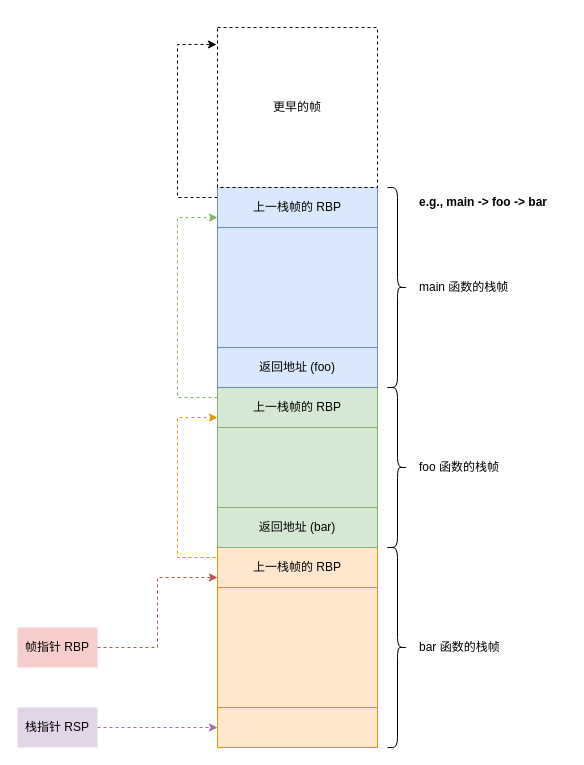
Above: frame_pointer.drawio in ZiqingYip/moment (draw.io), before the change. Source tidied: cells renumbered, new cells numbered last; positions are measured from the earlier drawing's top-left corner, leaving out a move shared by most shapes. Both pictures are drawn from the tidied source at 100%, with x=0, y=0 at pixel (17, 27).
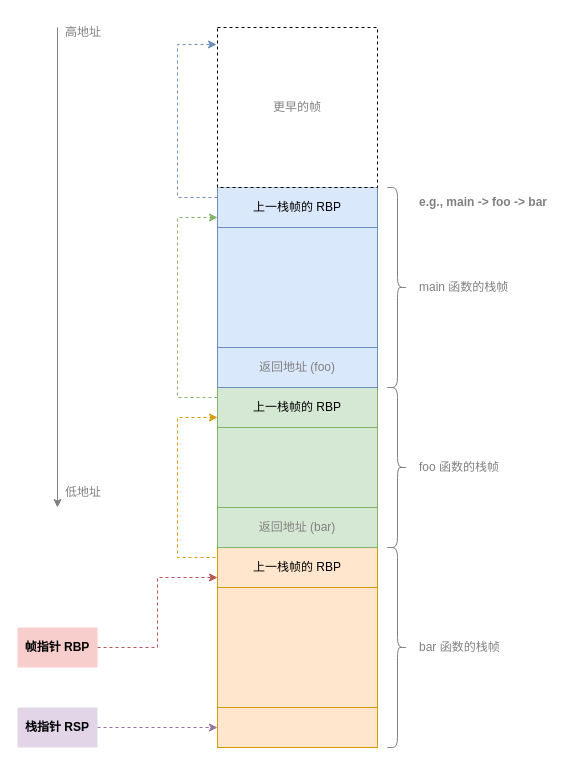
The same diagram, later.

The change refers to these unchanged cells:
```xml
<mxCell id="6" value="上一栈帧的 RBP" style="rounded=0;whiteSpace=wrap;html=1;fillColor=#dae8fc;strokeColor=#6c8ebf;" parent="1" vertex="1">
  <mxGeometry x="200" y="160" width="160" height="40" as="geometry" />
</mxCell>
```

The edit, as a diff of the source:
```diff
@@
-    <mxCell id="5" style="edgeStyle=orthogonalEdgeStyle;rounded=0;jettySize=auto;html=1;exitX=0;exitY=0.25;exitDx=0;exitDy=0;entryX=-0.006;entryY=0.106;entryDx=0;entryDy=0;entryPerimeter=0;dashed=1;" parent="1" edge="1" source="6" target="24">
+    <mxCell id="5" style="edgeStyle=orthogonalEdgeStyle;rounded=0;jettySize=auto;html=1;exitX=0;exitY=0.25;exitDx=0;exitDy=0;entryX=-0.006;entryY=0.106;entryDx=0;entryDy=0;entryPerimeter=0;dashed=1;fillColor=#dae8fc;strokeColor=#6c8ebf;" parent="1" edge="1" source="6" target="24">
       <mxGeometry relative="1" as="geometry">
         <Array as="points">
           <mxPoint x="160" y="170" />
           <mxPoint x="160" y="17" />
         </Array>
       </mxGeometry>
     </mxCell>
@@
-    <mxCell id="11" value="返回地址 (bar)" style="rounded=0;whiteSpace=wrap;html=1;fillColor=#d5e8d4;strokeColor=#82b366;" parent="1" vertex="1">
+    <mxCell id="11" value="&lt;font color=&quot;#808080&quot;&gt;返回地址 (bar)&lt;/font&gt;" style="rounded=0;whiteSpace=wrap;html=1;fillColor=#d5e8d4;strokeColor=#82b366;" parent="1" vertex="1">
       <mxGeometry x="200" y="480" width="160" height="40" as="geometry" />
     </mxCell>
-    <mxCell id="12" value="返回地址 (foo)" style="rounded=0;whiteSpace=wrap;html=1;fillColor=#dae8fc;strokeColor=#6c8ebf;" parent="1" vertex="1">
+    <mxCell id="12" value="&lt;font color=&quot;#808080&quot;&gt;返回地址 (foo)&lt;/font&gt;" style="rounded=0;whiteSpace=wrap;html=1;fillColor=#dae8fc;strokeColor=#6c8ebf;" parent="1" vertex="1">
       <mxGeometry x="200" y="320" width="160" height="40" as="geometry" />
     </mxCell>
-    <mxCell id="13" style="shape=curlyBracket;whiteSpace=wrap;html=1;rounded=1;flipH=1;labelPosition=right;verticalLabelPosition=middle;align=left;verticalAlign=middle;" parent="1" vertex="1">
+    <mxCell id="13" style="shape=curlyBracket;whiteSpace=wrap;html=1;rounded=1;flipH=1;labelPosition=right;verticalLabelPosition=middle;align=left;verticalAlign=middle;strokeColor=#808080;" parent="1" vertex="1">
       <mxGeometry x="370" y="160" width="20" height="200" as="geometry" />
     </mxCell>
-    <mxCell id="14" style="shape=curlyBracket;whiteSpace=wrap;html=1;rounded=1;flipH=1;labelPosition=right;verticalLabelPosition=middle;align=left;verticalAlign=middle;" parent="1" vertex="1">
+    <mxCell id="14" style="shape=curlyBracket;whiteSpace=wrap;html=1;rounded=1;flipH=1;labelPosition=right;verticalLabelPosition=middle;align=left;verticalAlign=middle;strokeColor=#808080;" parent="1" vertex="1">
       <mxGeometry x="370" y="360" width="20" height="160" as="geometry" />
     </mxCell>
-    <mxCell id="15" style="shape=curlyBracket;whiteSpace=wrap;html=1;rounded=1;flipH=1;labelPosition=right;verticalLabelPosition=middle;align=left;verticalAlign=middle;" parent="1" vertex="1">
+    <mxCell id="15" style="shape=curlyBracket;whiteSpace=wrap;html=1;rounded=1;flipH=1;labelPosition=right;verticalLabelPosition=middle;align=left;verticalAlign=middle;strokeColor=#808080;" parent="1" vertex="1">
       <mxGeometry x="370" y="520" width="20" height="200" as="geometry" />
     </mxCell>
-    <mxCell id="16" value="main 函数的栈帧" style="text;html=1;align=left;verticalAlign=middle;strokeColor=none;fillColor=none;" parent="1" vertex="1">
+    <mxCell id="16" value="&lt;font color=&quot;#808080&quot;&gt;main 函数的栈帧&lt;/font&gt;" style="text;html=1;align=left;verticalAlign=middle;strokeColor=none;fillColor=none;" parent="1" vertex="1">
       <mxGeometry x="400" y="245" width="110" height="30" as="geometry" />
     </mxCell>
-    <mxCell id="17" value="foo 函数的栈帧" style="text;html=1;align=left;verticalAlign=middle;strokeColor=none;fillColor=none;" parent="1" vertex="1">
+    <mxCell id="17" value="&lt;font color=&quot;#808080&quot;&gt;foo 函数的栈帧&lt;/font&gt;" style="text;html=1;align=left;verticalAlign=middle;strokeColor=none;fillColor=none;" parent="1" vertex="1">
       <mxGeometry x="400" y="425" width="100" height="30" as="geometry" />
     </mxCell>
-    <mxCell id="18" value="bar 函数的栈帧" style="text;html=1;align=left;verticalAlign=middle;strokeColor=none;fillColor=none;" parent="1" vertex="1">
+    <mxCell id="18" value="&lt;font color=&quot;#808080&quot;&gt;bar 函数的栈帧&lt;/font&gt;" style="text;html=1;align=left;verticalAlign=middle;strokeColor=none;fillColor=none;" parent="1" vertex="1">
       <mxGeometry x="400" y="605" width="100" height="30" as="geometry" />
     </mxCell>
@@
-    <mxCell id="21" value="帧指针 RBP" style="text;html=1;align=center;verticalAlign=middle;whiteSpace=wrap;rounded=0;fillColor=#f8cecc;strokeColor=none;" parent="1" vertex="1">
+    <mxCell id="21" value="&lt;b&gt;帧指针 RBP&lt;/b&gt;" style="text;html=1;align=center;verticalAlign=middle;whiteSpace=wrap;rounded=0;fillColor=#f8cecc;strokeColor=none;" parent="1" vertex="1">
       <mxGeometry y="600" width="80" height="40" as="geometry" />
     </mxCell>
@@
-    <mxCell id="23" value="栈指针 RSP" style="text;html=1;align=center;verticalAlign=middle;whiteSpace=wrap;rounded=0;fillColor=#e1d5e7;strokeColor=none;" parent="1" vertex="1">
+    <mxCell id="23" value="&lt;b&gt;栈指针 RSP&lt;/b&gt;" style="text;html=1;align=center;verticalAlign=middle;whiteSpace=wrap;rounded=0;fillColor=#e1d5e7;strokeColor=none;" parent="1" vertex="1">
       <mxGeometry y="680" width="80" height="40" as="geometry" />
     </mxCell>
-    <mxCell id="24" value="更早的帧" style="rounded=0;whiteSpace=wrap;html=1;dashed=1;" parent="1" vertex="1">
+    <mxCell id="24" value="&lt;font color=&quot;#808080&quot;&gt;更早的帧&lt;/font&gt;" style="rounded=0;whiteSpace=wrap;html=1;dashed=1;" parent="1" vertex="1">
       <mxGeometry x="200" width="160" height="160" as="geometry" />
     </mxCell>
-    <mxCell id="25" value="&lt;b&gt;e.g., main -&amp;gt; foo -&amp;gt; bar&lt;/b&gt;" style="text;html=1;align=left;verticalAlign=middle;strokeColor=none;fillColor=none;" parent="1" vertex="1">
+    <mxCell id="25" value="&lt;b&gt;&lt;font color=&quot;#808080&quot;&gt;e.g., main -&amp;gt; foo -&amp;gt; bar&lt;/font&gt;&lt;/b&gt;" style="text;html=1;align=left;verticalAlign=middle;strokeColor=none;fillColor=none;" parent="1" vertex="1">
       <mxGeometry x="400" y="160" width="150" height="30" as="geometry" />
     </mxCell>
+    <mxCell id="26" style="endArrow=classic;html=1;rounded=0;fontColor=#808080;strokeColor=#808080;" parent="1" edge="1">
+      <mxGeometry relative="1" as="geometry">
+        <mxPoint x="40" as="sourcePoint" />
+        <mxPoint x="40" y="480" as="targetPoint" />
+      </mxGeometry>
+    </mxCell>
+    <mxCell id="27" value="&lt;font color=&quot;#808080&quot;&gt;高地址&lt;/font&gt;" style="text;html=1;align=left;verticalAlign=middle;whiteSpace=wrap;rounded=0;" parent="1" vertex="1">
+      <mxGeometry x="46" y="-10" width="60" height="30" as="geometry" />
+    </mxCell>
+    <mxCell id="28" value="&lt;font color=&quot;#808080&quot;&gt;低地址&lt;/font&gt;" style="text;html=1;align=left;verticalAlign=middle;whiteSpace=wrap;rounded=0;" parent="1" vertex="1">
+      <mxGeometry x="46" y="450" width="60" height="30" as="geometry" />
+    </mxCell>
```
